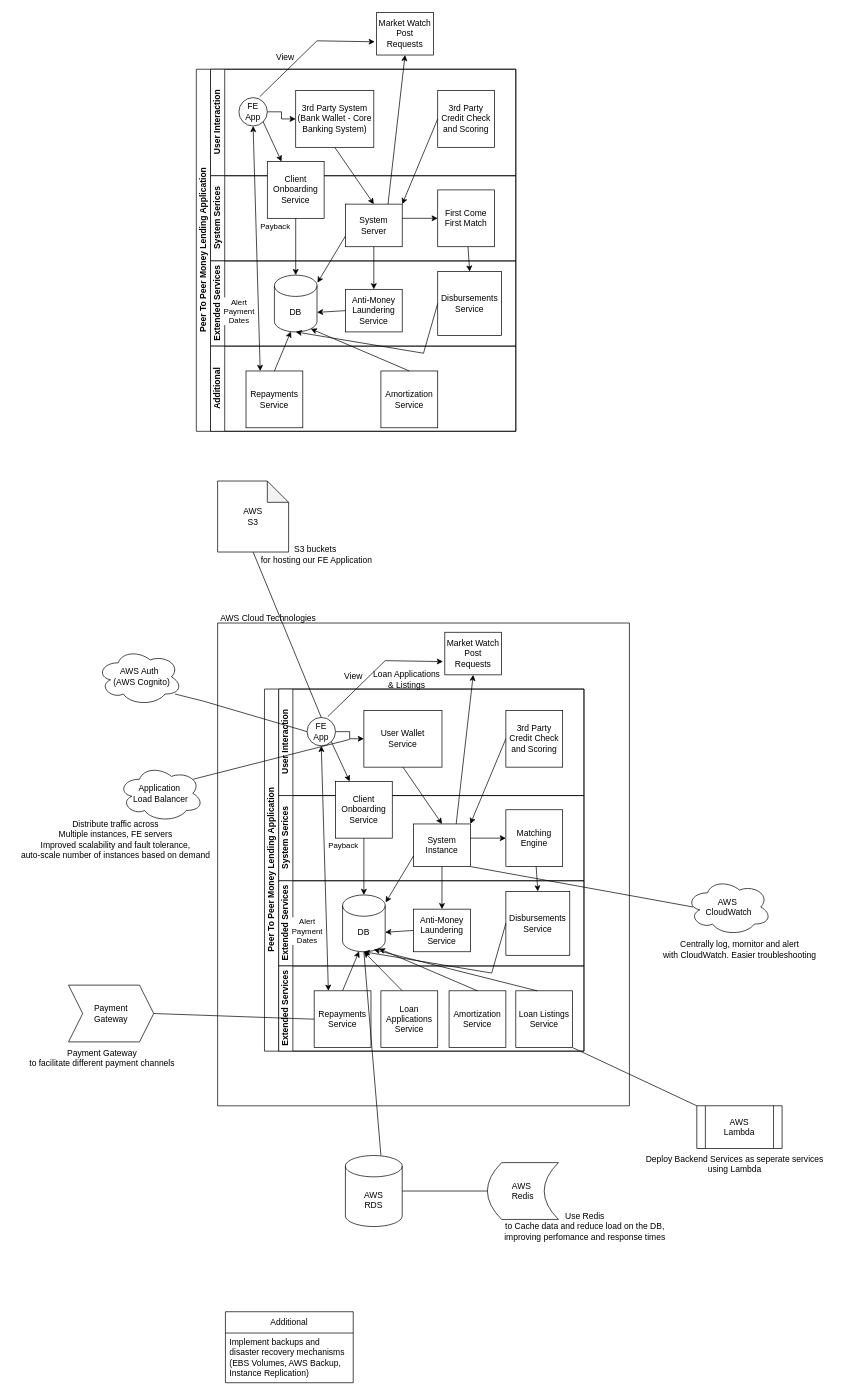
Earlier version of the draw.io diagram src/P2P.drawio (marlonmilesmg/maven-marlon). Source tidied: cells renumbered, new cells numbered last; positions are measured from the earlier drawing's top-left corner, leaving out a move shared by most shapes. Both pictures are drawn from the tidied source at 71%, with x=0, y=0 at pixel (12, 12).
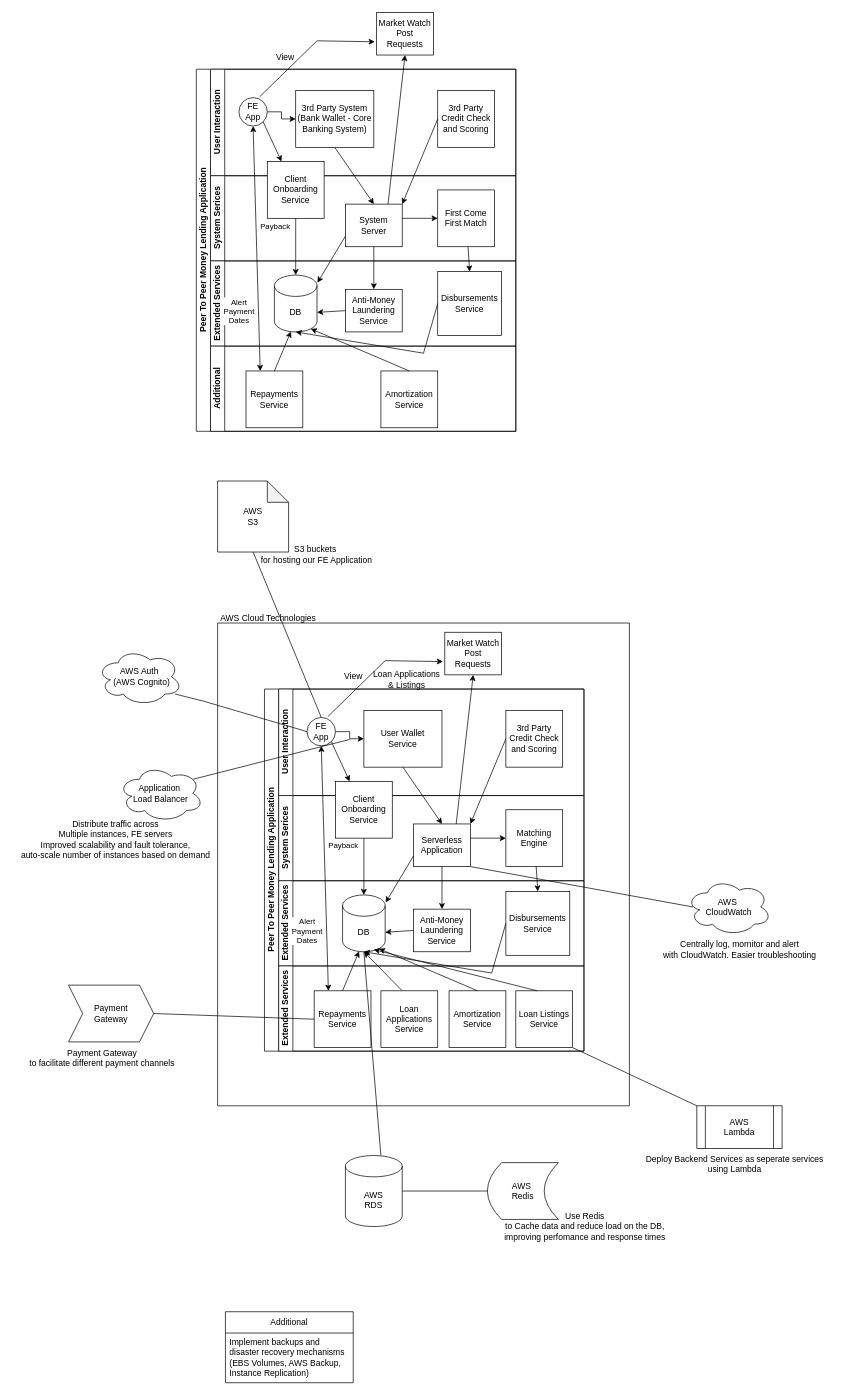
After the change.

The change refers to these unchanged cells:
```xml
<mxCell id="44" value="System Serices" style="swimlane;html=1;startSize=20;horizontal=0;" parent="38" vertex="1">
  <mxGeometry x="20" y="150" width="430" height="120" as="geometry" />
</mxCell>
```

Diff of the diagram source:
```diff
@@
-    <mxCell id="45" value="System Instance" style="rounded=0;whiteSpace=wrap;html=1;fontFamily=Helvetica;fontSize=12;fontColor=#000000;align=center;" parent="44" vertex="1">
+    <mxCell id="45" value="Serverless&lt;br&gt;Application" style="rounded=0;whiteSpace=wrap;html=1;fontFamily=Helvetica;fontSize=12;fontColor=#000000;align=center;" parent="44" vertex="1">
       <mxGeometry x="190" y="40" width="80" height="60" as="geometry" />
     </mxCell>
```
